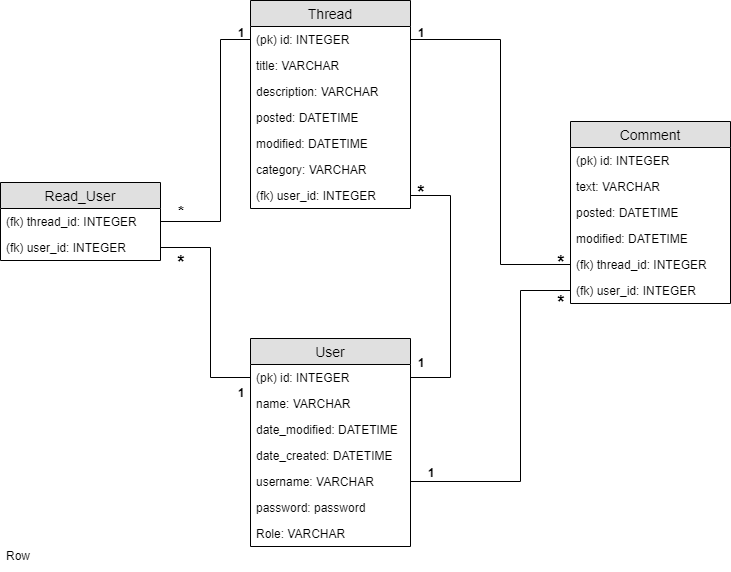
lehtoneo/keskustelufoorumi keeps this draw.io diagram as documentation/pics/tsohaDB.png. Above is the earlier version. Source tidied: cells renumbered, new cells last; positions are measured from the earlier drawing's top-left corner, leaving out a move shared by most shapes.
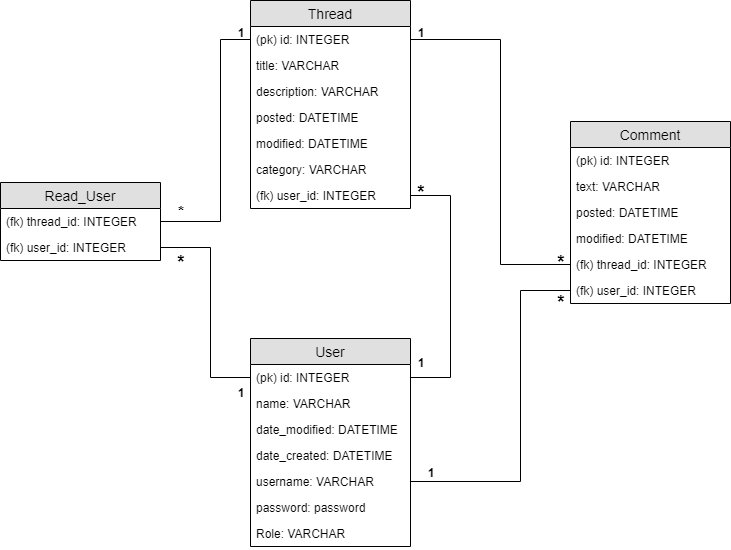
Above is the later version.

The edit, as a diff of the source:
```diff
@@ -150,8 +150,5 @@
     <mxCell id="42" value="*" style="text;html=1;strokeColor=none;fillColor=none;align=center;verticalAlign=middle;whiteSpace=wrap;rounded=0;fontSize=19;fontStyle=1;" parent="1" vertex="1">
       <mxGeometry x="400" y="182" width="40" height="20" as="geometry" />
     </mxCell>
-    <mxCell id="43" value="Row" style="text;strokeColor=none;fillColor=none;spacingLeft=4;spacingRight=4;overflow=hidden;fontSize=12;" parent="1" vertex="1">
-      <mxGeometry y="542" width="40" height="26" as="geometry" />
-    </mxCell>
   </root>
 </mxGraphModel>
```
